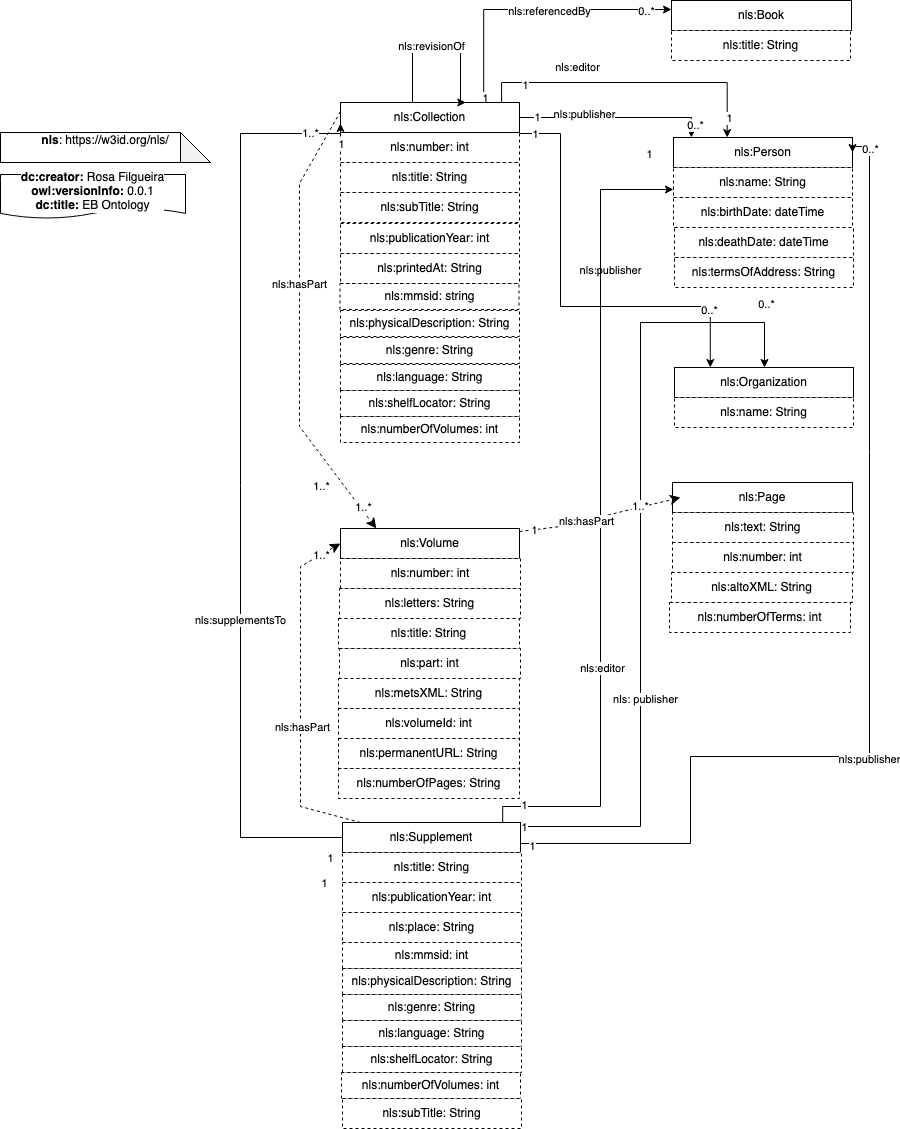
Above: doc/dataModel.png in francesNLP/NLS-ontology (draw.io), before the change. Source tidied: cells renumbered, new cells last; positions are measured from the earlier drawing's top-left corner, leaving out a move shared by most shapes.
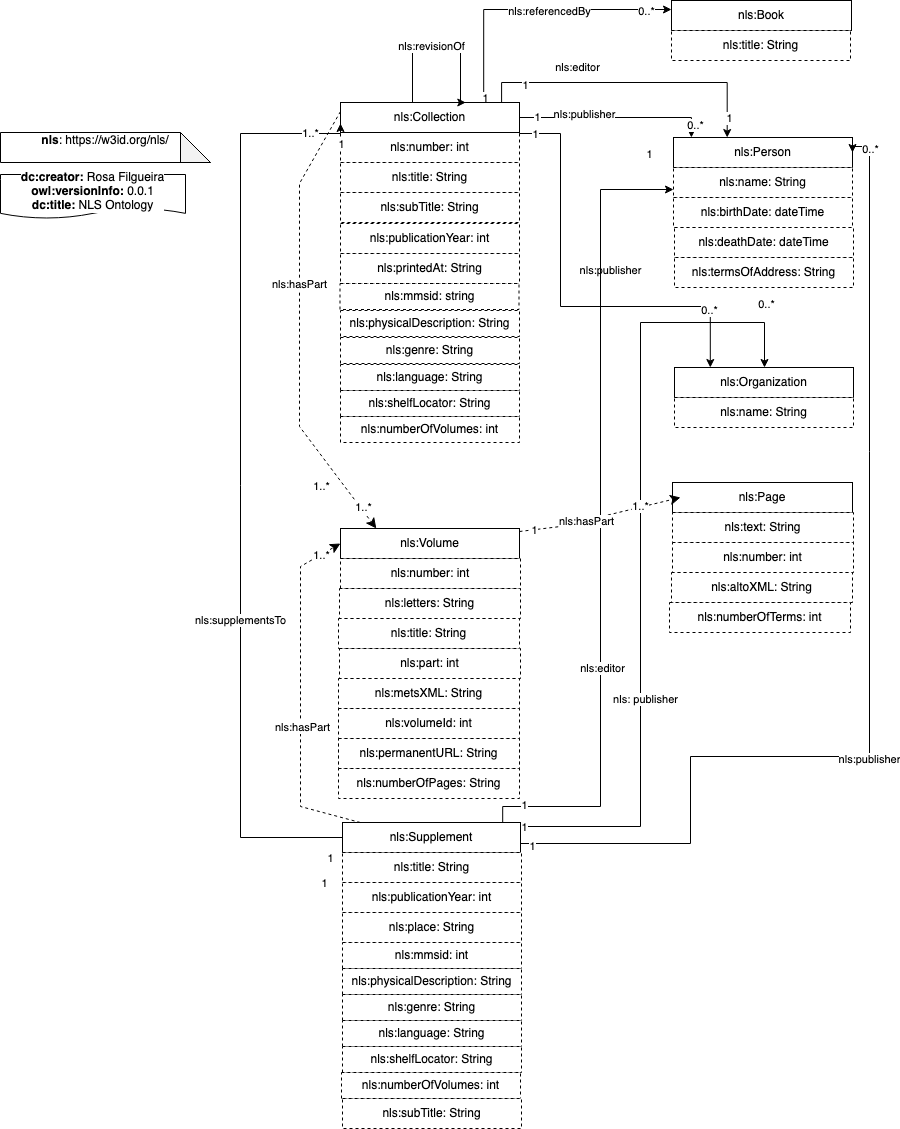
The same file after the commit.

What changed in the source:
```diff
@@ -84,7 +84,7 @@
     <mxCell id="23" value="nls:printedAt: String" style="rounded=0;whiteSpace=wrap;html=1;dashed=1;" parent="1" vertex="1">
       <mxGeometry x="340" y="253" width="179" height="30" as="geometry" />
     </mxCell>
-    <mxCell id="24" value="&lt;div&gt;&lt;b&gt;dc:creator:&lt;/b&gt; Rosa Filgueira&lt;br&gt;&lt;/div&gt;&lt;div&gt;&lt;b&gt;owl:versionInfo:&lt;/b&gt; 0.0.1&lt;/div&gt;&lt;div&gt;&lt;b&gt;dc:title:&lt;/b&gt; EB Ontology&lt;/div&gt;" style="shape=document;whiteSpace=wrap;html=1;boundedLbl=1;labelBackgroundColor=#ffffff;strokeColor=#000000;fontSize=12;fontColor=#000000;size=0.23333333333333334;" parent="1" vertex="1">
+    <mxCell id="24" value="&lt;div&gt;&lt;b&gt;dc:creator:&lt;/b&gt; Rosa Filgueira&lt;br&gt;&lt;/div&gt;&lt;div&gt;&lt;b&gt;owl:versionInfo:&lt;/b&gt; 0.0.1&lt;/div&gt;&lt;div&gt;&lt;b&gt;dc:title:&lt;/b&gt; NLS Ontology&lt;/div&gt;" style="shape=document;whiteSpace=wrap;html=1;boundedLbl=1;labelBackgroundColor=#ffffff;strokeColor=#000000;fontSize=12;fontColor=#000000;size=0.23333333333333334;" parent="1" vertex="1">
       <mxGeometry y="174" width="185" height="44" as="geometry" />
     </mxCell>
     <mxCell id="25" value="nls:mmsid: string" style="rounded=0;whiteSpace=wrap;html=1;dashed=1;" parent="1" vertex="1">
```
